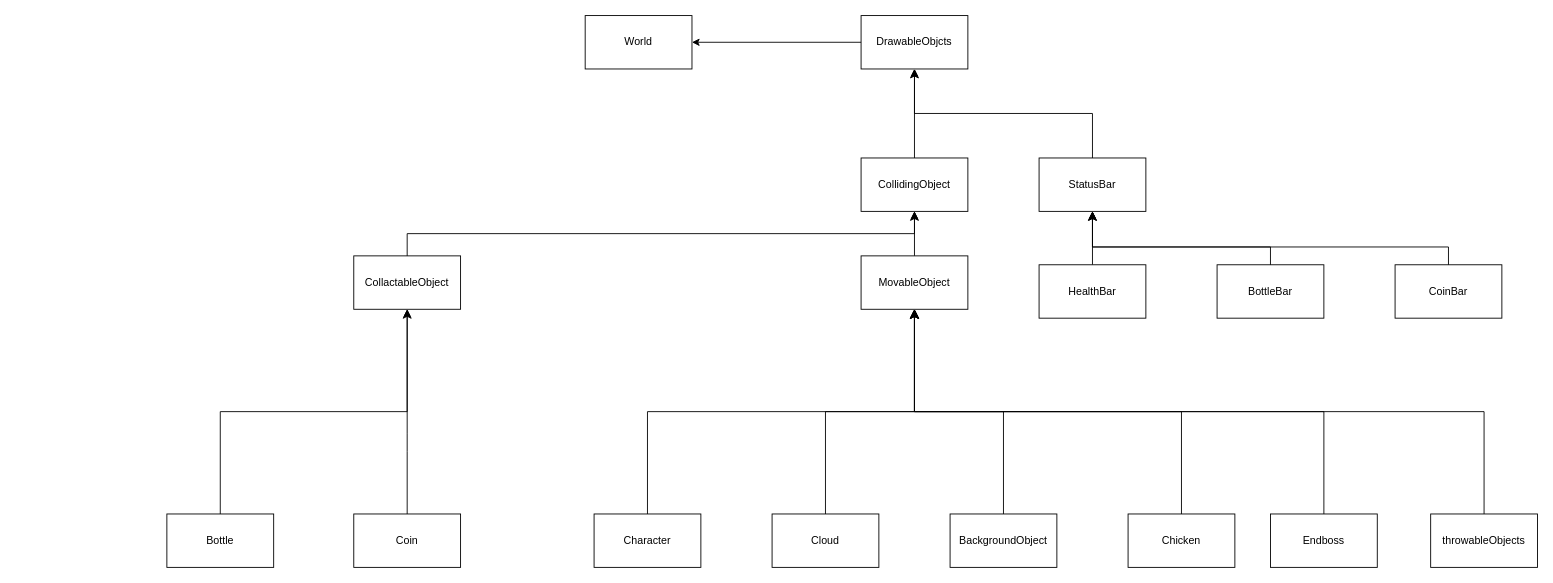
Earlier version of the draw.io diagram structur.drawio (Philipp-Loetzsch/el_pollo-loco). Source tidied: cells renumbered, new cells numbered last; positions are measured from the earlier drawing's top-left corner, leaving out a move shared by most shapes. Both pictures are drawn from the tidied source at 89%, with x=0, y=0 at pixel (166, 15).
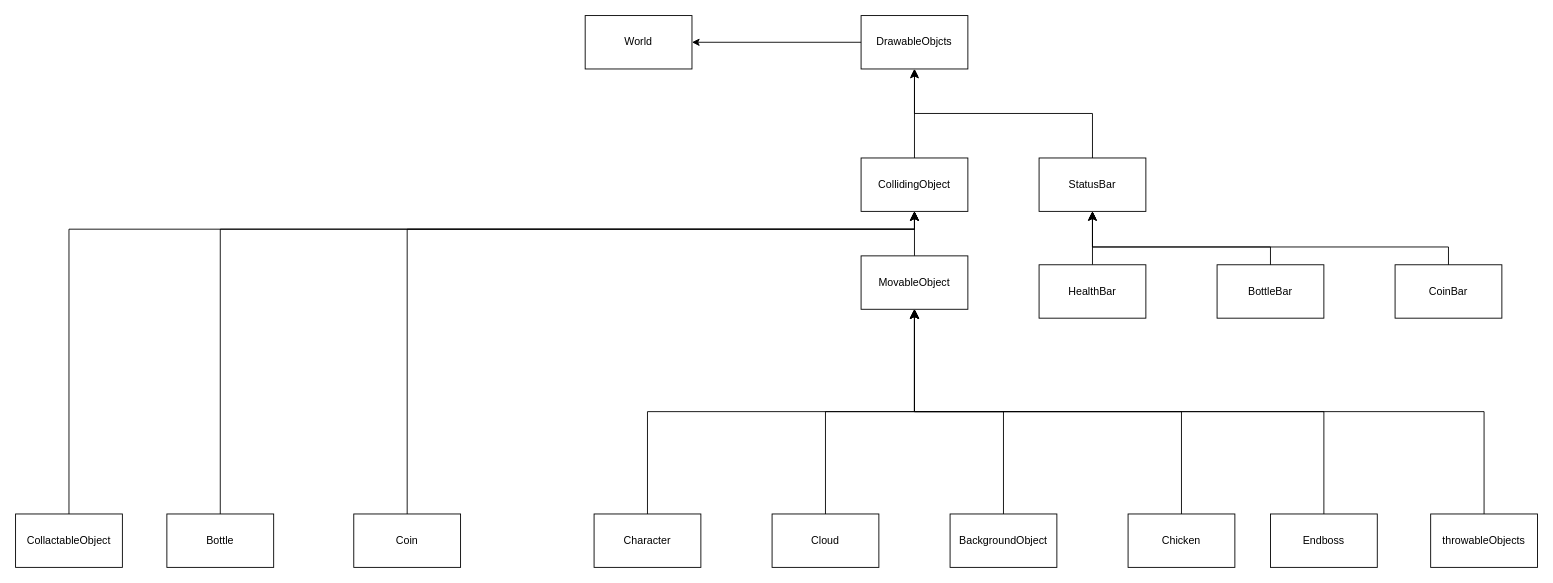
After the change.

Unchanged cells that the change refers to:
```xml
<mxCell id="19" value="CollidingObject" style="rounded=0;whiteSpace=wrap;html=1;" parent="1" vertex="1">
  <mxGeometry x="780" y="160" width="120" height="60" as="geometry" />
</mxCell>
<mxCell id="30" value="Coin" style="rounded=0;whiteSpace=wrap;html=1;" parent="1" vertex="1">
  <mxGeometry x="210" y="560" width="120" height="60" as="geometry" />
</mxCell>
<mxCell id="31" value="Bottle" style="rounded=0;whiteSpace=wrap;html=1;" parent="1" vertex="1">
  <mxGeometry y="560" width="120" height="60" as="geometry" />
</mxCell>
```

The edit, as a diff of the source:
```diff
@@
     <mxCell id="28" value="CollactableObject" style="rounded=0;whiteSpace=wrap;html=1;" parent="1" vertex="1">
-      <mxGeometry x="210" y="270" width="120" height="60" as="geometry" />
+      <mxGeometry x="-170" y="560" width="120" height="60" as="geometry" />
     </mxCell>
     <mxCell id="29" style="edgeStyle=elbowEdgeStyle;elbow=vertical;endArrow=classic;html=1;curved=0;rounded=0;endSize=8;startSize=8;exitX=0.5;exitY=0;exitDx=0;exitDy=0;entryX=0.5;entryY=1;entryDx=0;entryDy=0;" parent="1" edge="1" source="28" target="19">
-      <mxGeometry relative="1" as="geometry" />
+      <mxGeometry relative="1" as="geometry">
+        <Array as="points">
+          <mxPoint x="430" y="240" />
+        </Array>
+      </mxGeometry>
     </mxCell>
@@
-    <mxCell id="32" style="endArrow=classic;html=1;exitX=0.5;exitY=0;exitDx=0;exitDy=0;exitPerimeter=0;entryX=0.5;entryY=1;entryDx=0;entryDy=0;" parent="1" edge="1" source="30" target="28">
-      <mxGeometry relative="1" as="geometry">
-        <Array as="points">
-          <mxPoint x="270" y="480" />
-        </Array>
-      </mxGeometry>
-    </mxCell>
-    <mxCell id="33" style="edgeStyle=elbowEdgeStyle;elbow=vertical;endArrow=classic;html=1;curved=0;rounded=0;endSize=8;startSize=8;exitX=0.5;exitY=0;exitDx=0;exitDy=0;entryX=0.5;entryY=1;entryDx=0;entryDy=0;" parent="1" edge="1" source="31" target="28">
-      <mxGeometry relative="1" as="geometry" />
+    <mxCell id="33" style="edgeStyle=elbowEdgeStyle;elbow=vertical;endArrow=classic;html=1;curved=0;rounded=0;endSize=8;startSize=8;exitX=0.5;exitY=0;exitDx=0;exitDy=0;entryX=0.5;entryY=1;entryDx=0;entryDy=0;" parent="1" edge="1" source="31" target="19">
+      <mxGeometry relative="1" as="geometry">
+        <Array as="points">
+          <mxPoint x="450" y="240" />
+        </Array>
+      </mxGeometry>
     </mxCell>
@@
+    <mxCell id="35" style="edgeStyle=elbowEdgeStyle;elbow=vertical;endArrow=classic;html=1;curved=0;rounded=0;endSize=8;startSize=8;entryX=0.5;entryY=1;entryDx=0;entryDy=0;" parent="1" edge="1" target="19">
+      <mxGeometry relative="1" as="geometry">
+        <mxPoint x="270" y="560" as="sourcePoint" />
+        <Array as="points">
+          <mxPoint x="550" y="240" />
+        </Array>
+      </mxGeometry>
+    </mxCell>
```
